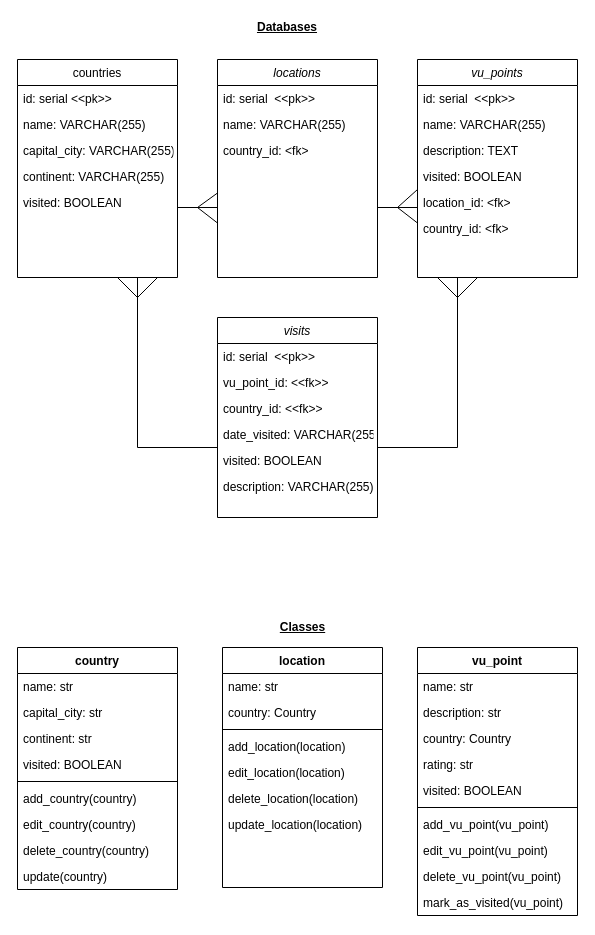
crwils/VU-TravelTrackerApp keeps this draw.io diagram as vu_app_diagrams.drawio. Above is the earlier version. Source tidied: cells renumbered, new cells numbered last; positions are measured from the earlier drawing's top-left corner, leaving out a move shared by most shapes. Both pictures are drawn from the tidied source at 100%, with x=0, y=0 at pixel (17, 17).
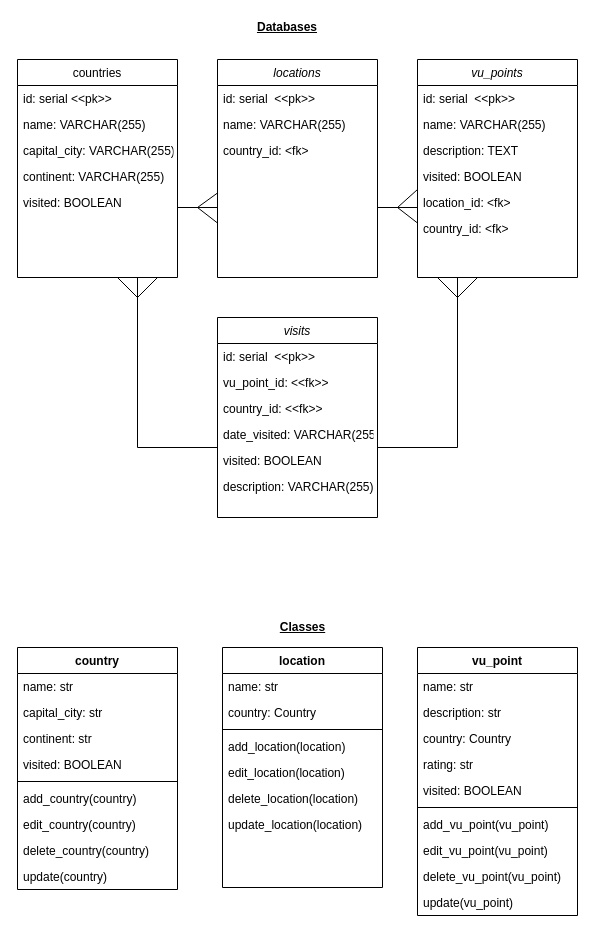
After the change.

Unchanged cells that the change refers to:
```xml
<mxCell id="34" value="vu_point" style="swimlane;fontStyle=1;align=center;verticalAlign=top;horizontal=1;startSize=26;" parent="1" vertex="1">
  <mxGeometry x="400" y="630" width="160" height="268" as="geometry" />
</mxCell>
```

Diff of the diagram source:
```diff
@@
-    <mxCell id="44" value="mark_as_visited(vu_point)" style="text;strokeColor=none;fillColor=none;align=left;verticalAlign=top;spacingLeft=4;spacingRight=4;overflow=hidden;" parent="34" vertex="1">
+    <mxCell id="44" value="update(vu_point)" style="text;strokeColor=none;fillColor=none;align=left;verticalAlign=top;spacingLeft=4;spacingRight=4;overflow=hidden;" parent="34" vertex="1">
       <mxGeometry y="242" width="160" height="26" as="geometry" />
     </mxCell>
```
